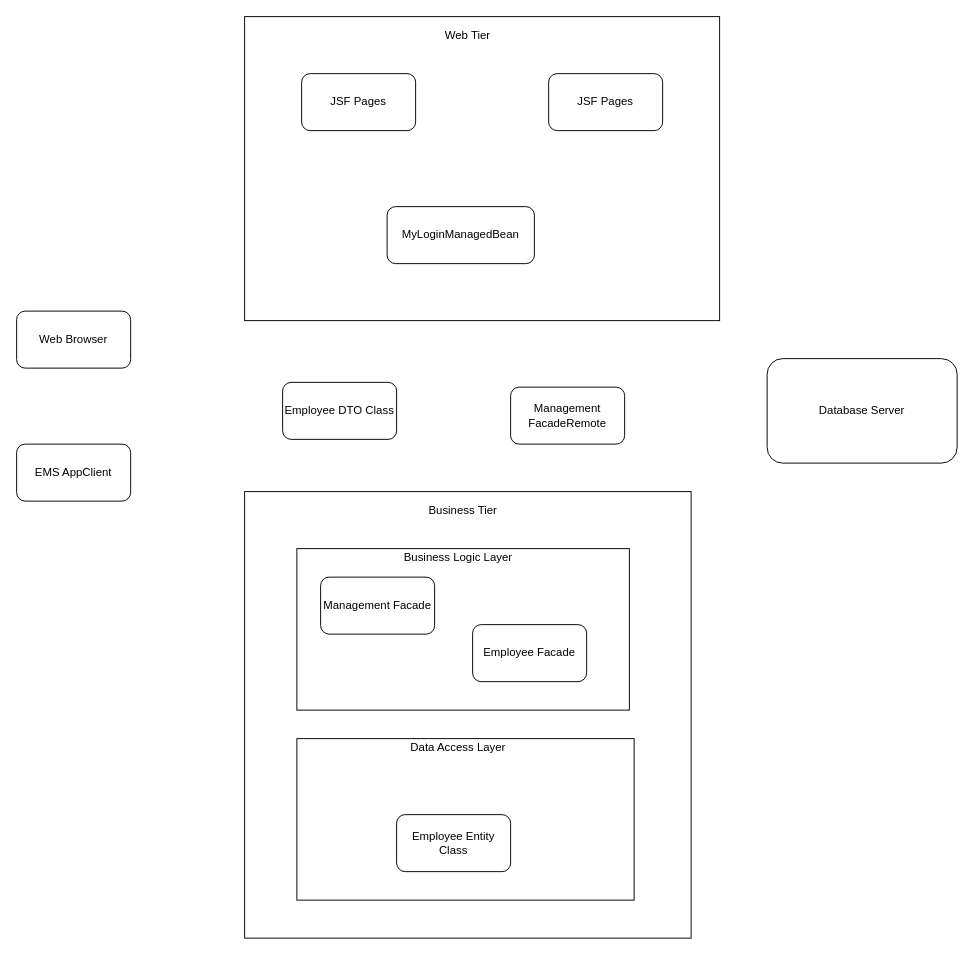
This is PassTask7.drawio from LastMinuteBanter/DistinctionTaskUML, a draw.io file, before an edit. Source tidied: cells renumbered, new cells numbered last; positions are measured from the earlier drawing's top-left corner, leaving out a move shared by most shapes. Both pictures are drawn from the tidied source at 95%, with x=0, y=0 at pixel (16, 16).
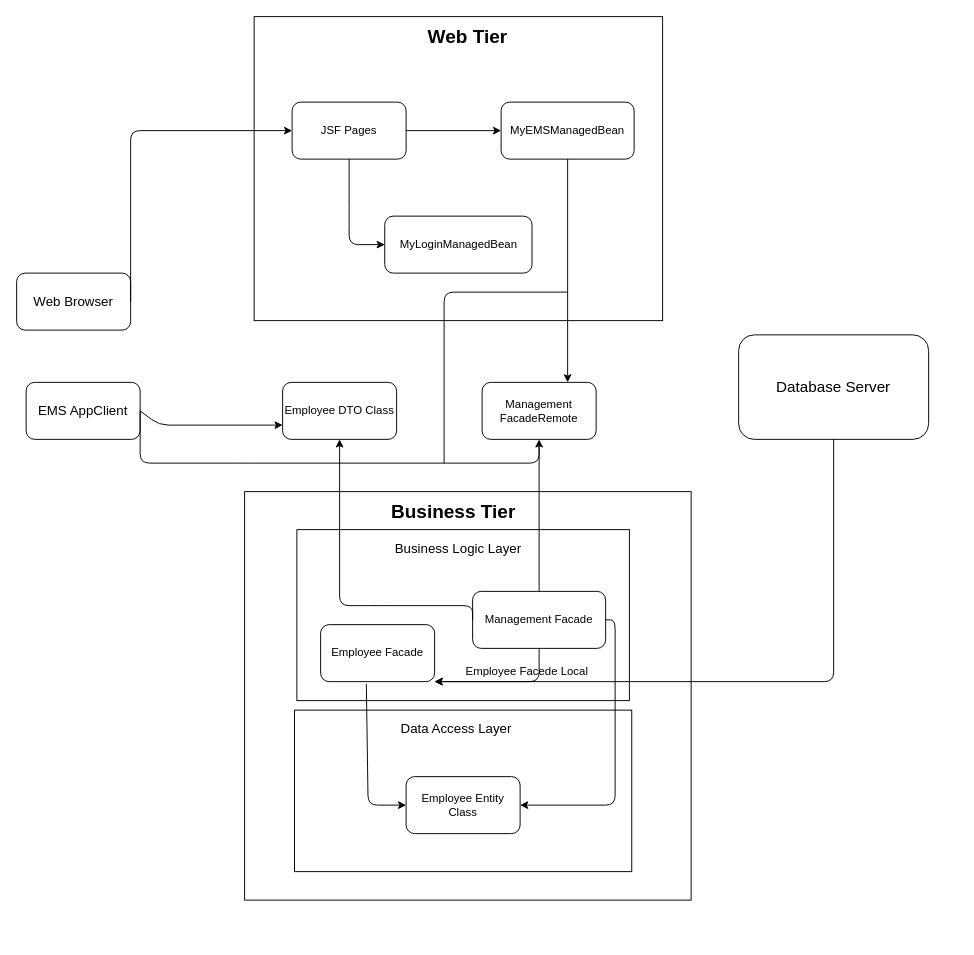
The same diagram, later.

The change refers to these unchanged cells:
```xml
<mxCell id="19" value="Employee DTO Class" style="rounded=1;whiteSpace=wrap;html=1;" parent="1" vertex="1">
  <mxGeometry x="280" y="385" width="120" height="60" as="geometry" />
</mxCell>
```

Diff of the diagram source:
```diff
@@
     <mxCell id="2" style="rounded=0;whiteSpace=wrap;html=1;" parent="1" vertex="1">
-      <mxGeometry x="240" width="500" height="320" as="geometry" />
+      <mxGeometry x="250" width="430" height="320" as="geometry" />
     </mxCell>
     <mxCell id="3" style="rounded=0;whiteSpace=wrap;html=1;" parent="1" vertex="1">
-      <mxGeometry x="240" y="500" width="470" height="470" as="geometry" />
+      <mxGeometry x="240" y="500" width="470" height="430" as="geometry" />
     </mxCell>
-    <mxCell id="4" value="Database Server" style="rounded=1;whiteSpace=wrap;html=1;" parent="1" vertex="1">
-      <mxGeometry x="790" y="360" width="200" height="110" as="geometry" />
+    <mxCell id="4" value="&lt;font style=&quot;font-size: 16px&quot;&gt;Database Server&lt;/font&gt;" style="rounded=1;whiteSpace=wrap;html=1;" parent="1" vertex="1">
+      <mxGeometry x="760" y="335" width="200" height="110" as="geometry" />
     </mxCell>
-    <mxCell id="5" value="EMS AppClient" style="rounded=1;whiteSpace=wrap;html=1;" parent="1" vertex="1">
-      <mxGeometry y="450" width="120" height="60" as="geometry" />
+    <mxCell id="5" value="&lt;font style=&quot;font-size: 14px&quot;&gt;EMS AppClient&lt;/font&gt;" style="rounded=1;whiteSpace=wrap;html=1;" parent="1" vertex="1">
+      <mxGeometry x="10" y="385" width="120" height="60" as="geometry" />
     </mxCell>
-    <mxCell id="6" value="Web Browser" style="rounded=1;whiteSpace=wrap;html=1;" parent="1" vertex="1">
-      <mxGeometry y="310" width="120" height="60" as="geometry" />
+    <mxCell id="6" value="&lt;font style=&quot;font-size: 14px&quot;&gt;Web Browser&lt;/font&gt;" style="rounded=1;whiteSpace=wrap;html=1;" parent="1" vertex="1">
+      <mxGeometry y="270" width="120" height="60" as="geometry" />
     </mxCell>
     <mxCell id="7" value="JSF Pages" style="rounded=1;whiteSpace=wrap;html=1;" parent="1" vertex="1">
-      <mxGeometry x="300" y="60" width="120" height="60" as="geometry" />
+      <mxGeometry x="290" y="90" width="120" height="60" as="geometry" />
     </mxCell>
-    <mxCell id="8" value="Web Tier" style="text;html=1;strokeColor=none;fillColor=none;align=center;verticalAlign=middle;whiteSpace=wrap;rounded=0;" parent="1" vertex="1">
+    <mxCell id="8" value="&lt;b&gt;&lt;font style=&quot;font-size: 20px&quot;&gt;Web Tier&lt;/font&gt;&lt;/b&gt;" style="text;html=1;strokeColor=none;fillColor=none;align=center;verticalAlign=middle;whiteSpace=wrap;rounded=0;" parent="1" vertex="1">
       <mxGeometry x="425" y="10" width="100" height="20" as="geometry" />
     </mxCell>
-    <mxCell id="9" value="Business Tier" style="text;html=1;strokeColor=none;fillColor=none;align=center;verticalAlign=middle;whiteSpace=wrap;rounded=0;" parent="1" vertex="1">
-      <mxGeometry x="420" y="510" width="100" height="20" as="geometry" />
+    <mxCell id="9" value="&lt;b&gt;&lt;font style=&quot;font-size: 20px&quot;&gt;Business Tier&lt;/font&gt;&lt;/b&gt;" style="text;html=1;strokeColor=none;fillColor=none;align=center;verticalAlign=middle;whiteSpace=wrap;rounded=0;" parent="1" vertex="1">
+      <mxGeometry x="390" y="510" width="140" height="20" as="geometry" />
     </mxCell>
-    <mxCell id="10" value="JSF Pages" style="rounded=1;whiteSpace=wrap;html=1;" parent="1" vertex="1">
-      <mxGeometry x="560" y="60" width="120" height="60" as="geometry" />
+    <mxCell id="10" value="MyEMSManagedBean" style="rounded=1;whiteSpace=wrap;html=1;" parent="1" vertex="1">
+      <mxGeometry x="510" y="90" width="140" height="60" as="geometry" />
     </mxCell>
     <mxCell id="11" value="MyLoginManagedBean" style="rounded=1;whiteSpace=wrap;html=1;" parent="1" vertex="1">
-      <mxGeometry x="390" y="200" width="155" height="60" as="geometry" />
+      <mxGeometry x="387.5" y="210" width="155" height="60" as="geometry" />
     </mxCell>
     <mxCell id="12" style="rounded=0;whiteSpace=wrap;html=1;" parent="1" vertex="1">
-      <mxGeometry x="295" y="560" width="350" height="170" as="geometry" />
+      <mxGeometry x="295" y="540" width="350" height="180" as="geometry" />
     </mxCell>
     <mxCell id="13" value="Management Facade" style="rounded=1;whiteSpace=wrap;html=1;" parent="1" vertex="1">
-      <mxGeometry x="320" y="590" width="120" height="60" as="geometry" />
+      <mxGeometry x="480" y="605" width="140" height="60" as="geometry" />
     </mxCell>
     <mxCell id="14" value="Employee Facade" style="rounded=1;whiteSpace=wrap;html=1;" parent="1" vertex="1">
-      <mxGeometry x="480" y="640" width="120" height="60" as="geometry" />
+      <mxGeometry x="320" y="640" width="120" height="60" as="geometry" />
     </mxCell>
     <mxCell id="15" style="rounded=0;whiteSpace=wrap;html=1;" parent="1" vertex="1">
-      <mxGeometry x="295" y="760" width="355" height="170" as="geometry" />
+      <mxGeometry x="292.5" y="730" width="355" height="170" as="geometry" />
     </mxCell>
-    <mxCell id="16" value="Business Logic Layer" style="text;html=1;strokeColor=none;fillColor=none;align=center;verticalAlign=middle;whiteSpace=wrap;rounded=0;" parent="1" vertex="1">
-      <mxGeometry x="390" y="560" width="150" height="20" as="geometry" />
+    <mxCell id="16" value="&lt;font style=&quot;font-size: 14px&quot;&gt;Business Logic Layer&lt;/font&gt;" style="text;html=1;strokeColor=none;fillColor=none;align=center;verticalAlign=middle;whiteSpace=wrap;rounded=0;" parent="1" vertex="1">
+      <mxGeometry x="390" y="550" width="150" height="20" as="geometry" />
     </mxCell>
-    <mxCell id="17" value="Data Access Layer" style="text;html=1;strokeColor=none;fillColor=none;align=center;verticalAlign=middle;whiteSpace=wrap;rounded=0;" parent="1" vertex="1">
-      <mxGeometry x="390" y="760" width="150" height="20" as="geometry" />
+    <mxCell id="17" value="&lt;font style=&quot;font-size: 14px&quot;&gt;Data Access Layer&lt;/font&gt;" style="text;html=1;strokeColor=none;fillColor=none;align=center;verticalAlign=middle;whiteSpace=wrap;rounded=0;" parent="1" vertex="1">
+      <mxGeometry x="387.5" y="740" width="150" height="20" as="geometry" />
     </mxCell>
     <mxCell id="18" value="Employee Entity Class" style="rounded=1;whiteSpace=wrap;html=1;" parent="1" vertex="1">
-      <mxGeometry x="400" y="840" width="120" height="60" as="geometry" />
+      <mxGeometry x="410" y="800" width="120" height="60" as="geometry" />
     </mxCell>
@@
     <mxCell id="20" value="Management FacadeRemote" style="rounded=1;whiteSpace=wrap;html=1;" parent="1" vertex="1">
-      <mxGeometry x="520" y="390" width="120" height="60" as="geometry" />
+      <mxGeometry x="490" y="385" width="120" height="60" as="geometry" />
     </mxCell>
+    <mxCell id="21" style="endArrow=classic;html=1;entryX=0;entryY=0.5;entryDx=0;entryDy=0;exitX=1;exitY=0.5;exitDx=0;exitDy=0;" parent="1" edge="1" source="6" target="7">
+      <mxGeometry relative="1" as="geometry">
+        <Array as="points">
+          <mxPoint x="120" y="120" />
+        </Array>
+      </mxGeometry>
+    </mxCell>
+    <mxCell id="22" style="endArrow=classic;html=1;entryX=0;entryY=0.5;entryDx=0;entryDy=0;exitX=0.5;exitY=1;exitDx=0;exitDy=0;" parent="1" edge="1" source="7" target="11">
+      <mxGeometry relative="1" as="geometry">
+        <Array as="points">
+          <mxPoint x="350" y="210" />
+          <mxPoint x="350" y="240" />
+        </Array>
+      </mxGeometry>
+    </mxCell>
+    <mxCell id="23" style="endArrow=classic;html=1;exitX=1;exitY=0.5;exitDx=0;exitDy=0;entryX=0.5;entryY=1;entryDx=0;entryDy=0;" parent="1" edge="1" source="5" target="20">
+      <mxGeometry relative="1" as="geometry">
+        <Array as="points">
+          <mxPoint x="130" y="470" />
+          <mxPoint x="240" y="470" />
+          <mxPoint x="550" y="470" />
+        </Array>
+      </mxGeometry>
+    </mxCell>
+    <mxCell id="24" style="endArrow=classic;html=1;exitX=1;exitY=0.5;exitDx=0;exitDy=0;entryX=0;entryY=0.75;entryDx=0;entryDy=0;" parent="1" edge="1" source="5" target="19">
+      <mxGeometry relative="1" as="geometry">
+        <Array as="points">
+          <mxPoint x="150" y="430" />
+        </Array>
+      </mxGeometry>
+    </mxCell>
+    <mxCell id="25" style="endArrow=none;html=1;" parent="1" edge="1">
+      <mxGeometry relative="1" as="geometry">
+        <mxPoint x="450" y="470" as="sourcePoint" />
+        <mxPoint x="580" y="290" as="targetPoint" />
+        <Array as="points">
+          <mxPoint x="450" y="290" />
+        </Array>
+      </mxGeometry>
+    </mxCell>
+    <mxCell id="26" style="endArrow=classic;html=1;exitX=1;exitY=0.5;exitDx=0;exitDy=0;entryX=0;entryY=0.5;entryDx=0;entryDy=0;" parent="1" edge="1" source="7" target="10">
+      <mxGeometry relative="1" as="geometry" />
+    </mxCell>
+    <mxCell id="27" style="endArrow=classic;html=1;exitX=0.5;exitY=1;exitDx=0;exitDy=0;entryX=0.75;entryY=0;entryDx=0;entryDy=0;" parent="1" edge="1" source="10" target="20">
+      <mxGeometry relative="1" as="geometry" />
+    </mxCell>
+    <mxCell id="28" style="endArrow=none;html=1;exitX=0.5;exitY=0;exitDx=0;exitDy=0;" parent="1" edge="1" source="13">
+      <mxGeometry relative="1" as="geometry">
+        <mxPoint x="550" y="450" as="targetPoint" />
+      </mxGeometry>
+    </mxCell>
+    <mxCell id="29" style="endArrow=classic;html=1;entryX=0;entryY=0.5;entryDx=0;entryDy=0;exitX=0.401;exitY=1.038;exitDx=0;exitDy=0;exitPerimeter=0;" parent="1" edge="1" source="14" target="18">
+      <mxGeometry relative="1" as="geometry">
+        <Array as="points">
+          <mxPoint x="370" y="830" />
+        </Array>
+      </mxGeometry>
+    </mxCell>
+    <mxCell id="30" style="endArrow=classic;html=1;exitX=1;exitY=0.5;exitDx=0;exitDy=0;entryX=1;entryY=0.5;entryDx=0;entryDy=0;" parent="1" edge="1" source="13" target="18">
+      <mxGeometry relative="1" as="geometry">
+        <Array as="points">
+          <mxPoint x="630" y="635" />
+          <mxPoint x="630" y="830" />
+        </Array>
+      </mxGeometry>
+    </mxCell>
+    <mxCell id="31" style="endArrow=classic;html=1;entryX=0.5;entryY=1;entryDx=0;entryDy=0;exitX=0;exitY=0.5;exitDx=0;exitDy=0;" parent="1" edge="1" source="13" target="19">
+      <mxGeometry relative="1" as="geometry">
+        <Array as="points">
+          <mxPoint x="480" y="620" />
+          <mxPoint x="380" y="620" />
+          <mxPoint x="340" y="620" />
+        </Array>
+      </mxGeometry>
+    </mxCell>
+    <mxCell id="32" style="endArrow=classic;html=1;exitX=0.5;exitY=1;exitDx=0;exitDy=0;entryX=1;entryY=1;entryDx=0;entryDy=0;" parent="1" edge="1" source="13" target="14">
+      <mxGeometry relative="1" as="geometry">
+        <Array as="points">
+          <mxPoint x="550" y="700" />
+        </Array>
+      </mxGeometry>
+    </mxCell>
+    <mxCell id="33" style="endArrow=classic;html=1;entryX=1;entryY=1;entryDx=0;entryDy=0;exitX=0.5;exitY=1;exitDx=0;exitDy=0;" parent="1" edge="1" source="4" target="14">
+      <mxGeometry relative="1" as="geometry">
+        <Array as="points">
+          <mxPoint x="860" y="700" />
+        </Array>
+      </mxGeometry>
+    </mxCell>
+    <mxCell id="34" value="Employee Facede Local" style="text;html=1;strokeColor=none;fillColor=none;align=center;verticalAlign=middle;whiteSpace=wrap;rounded=0;" parent="1" vertex="1">
+      <mxGeometry x="465" y="680" width="145" height="20" as="geometry" />
+    </mxCell>
```
